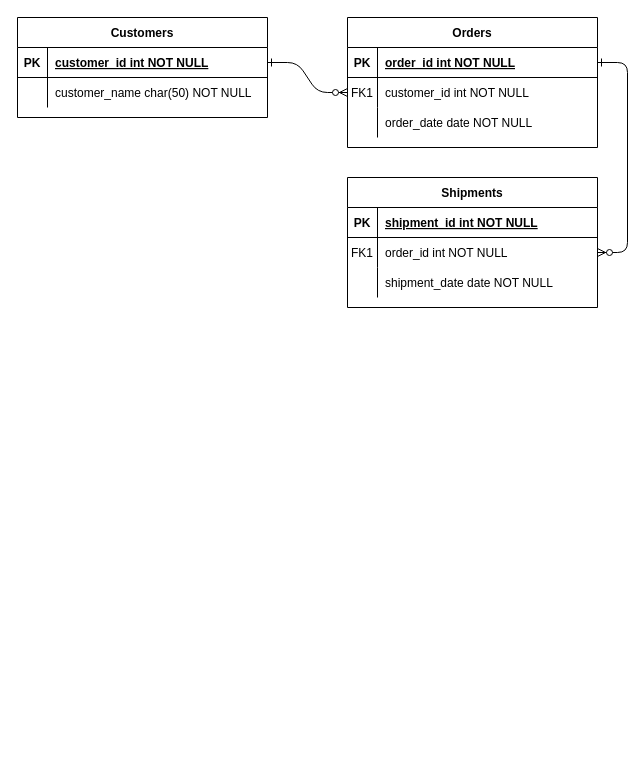
This is 제목 없는 다이어그램.drawio from eunbinoh/myReact, a draw.io file, before an edit. Source tidied: cells renumbered, new cells numbered last; positions are measured from the earlier drawing's top-left corner, leaving out a move shared by most shapes. Both pictures are drawn from the tidied source at 100%, with x=0, y=0 at pixel (17, 17).
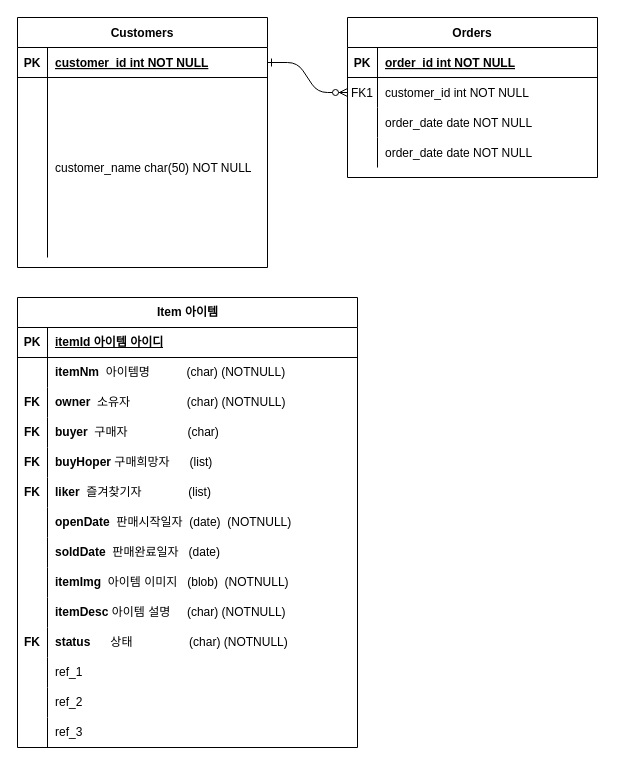
After the change.

The change refers to these unchanged cells:
```xml
<mxCell id="5" style="shape=partialRectangle;fillColor=none;points=[[0,0.5],[1,0.5]];portConstraint=eastwest;top=0;left=0;right=0;bottom=1;" parent="4" vertex="1">
  <mxGeometry y="30" width="250" height="30" as="geometry" />
</mxCell>
```

Change to the diagram source:
```diff
@@
-    <mxCell id="3" style="edgeStyle=entityRelationEdgeStyle;endArrow=ERzeroToMany;startArrow=ERone;endFill=1;startFill=0;" parent="1" edge="1" source="5" target="18">
-      <mxGeometry relative="1" as="geometry" />
-    </mxCell>
     <mxCell id="4" value="Orders" style="shape=table;startSize=30;childLayout=tableLayout;rowLines=0;fontStyle=1;align=center;" parent="1" vertex="1">
-      <mxGeometry x="330" width="250" height="130" as="geometry" />
+      <mxGeometry x="330" width="250" height="160" as="geometry" />
     </mxCell>
@@
-    <mxCell id="14" value="Shipments" style="shape=table;startSize=30;childLayout=tableLayout;rowLines=0;fontStyle=1;align=center;" parent="1" vertex="1">
-      <mxGeometry x="330" y="160" width="250" height="130" as="geometry" />
-    </mxCell>
-    <mxCell id="15" style="shape=partialRectangle;fillColor=none;top=0;left=0;right=0;bottom=1;" parent="14" vertex="1">
-      <mxGeometry y="30" width="250" height="30" as="geometry" />
-    </mxCell>
-    <mxCell id="16" value="PK" style="shape=partialRectangle;overflow=hidden;fillColor=none;top=0;left=0;bottom=0;right=0;fontStyle=1;" parent="15" vertex="1">
-      <mxGeometry width="30" height="30" as="geometry" />
-    </mxCell>
-    <mxCell id="17" value="shipment_id int NOT NULL " style="shape=partialRectangle;overflow=hidden;fillColor=none;top=0;left=0;bottom=0;right=0;align=left;spacingLeft=6;fontStyle=5;" parent="15" vertex="1">
-      <mxGeometry x="30" width="220" height="30" as="geometry" />
-    </mxCell>
-    <mxCell id="18" style="shape=partialRectangle;fillColor=none;points=[[0,0.5],[1,0.5]];portConstraint=eastwest;top=0;left=0;right=0;bottom=0;" parent="14" vertex="1">
-      <mxGeometry y="60" width="250" height="30" as="geometry" />
-    </mxCell>
-    <mxCell id="19" value="FK1" style="shape=partialRectangle;overflow=hidden;fillColor=none;top=0;left=0;bottom=0;right=0;" parent="18" vertex="1">
-      <mxGeometry width="30" height="30" as="geometry" />
-    </mxCell>
-    <mxCell id="20" value="order_id int NOT NULL" style="shape=partialRectangle;overflow=hidden;fillColor=none;top=0;left=0;bottom=0;right=0;align=left;spacingLeft=6;" parent="18" vertex="1">
-      <mxGeometry x="30" width="220" height="30" as="geometry" />
-    </mxCell>
-    <mxCell id="21" style="shape=partialRectangle;fillColor=none;top=0;left=0;right=0;bottom=0;" parent="14" vertex="1">
-      <mxGeometry y="90" width="250" height="30" as="geometry" />
-    </mxCell>
+    <mxCell id="31" style="shape=partialRectangle;fillColor=none;top=0;left=0;right=0;bottom=0;" parent="4" vertex="1">
+      <mxGeometry y="120" width="250" height="30" as="geometry" />
+    </mxCell>
-    <mxCell id="22" style="shape=partialRectangle;overflow=hidden;fillColor=none;top=0;left=0;bottom=0;right=0;" parent="21" vertex="1">
+    <mxCell id="22" style="shape=partialRectangle;overflow=hidden;fillColor=none;top=0;left=0;bottom=0;right=0;" parent="31" vertex="1">
       <mxGeometry width="30" height="30" as="geometry" />
     </mxCell>
-    <mxCell id="23" value="shipment_date date NOT NULL" style="shape=partialRectangle;overflow=hidden;fillColor=none;top=0;left=0;bottom=0;right=0;align=left;spacingLeft=6;" parent="21" vertex="1">
-      <mxGeometry x="30" width="220" height="30" as="geometry" />
-    </mxCell>
+    <mxCell id="32" value="order_date date NOT NULL" style="shape=partialRectangle;overflow=hidden;fillColor=none;top=0;left=0;bottom=0;right=0;align=left;spacingLeft=6;" parent="31" vertex="1">
+      <mxGeometry x="30" width="220" height="30" as="geometry" />
+    </mxCell>
     <mxCell id="24" value="Customers" style="shape=table;startSize=30;childLayout=tableLayout;rowLines=0;fontStyle=1;align=center;" parent="1" vertex="1">
-      <mxGeometry width="250" height="100" as="geometry" />
+      <mxGeometry width="250" height="250" as="geometry" />
     </mxCell>
@@
     <mxCell id="28" style="shape=partialRectangle;fillColor=none;top=0;left=0;right=0;bottom=0;" parent="24" vertex="1">
-      <mxGeometry y="60" width="250" height="30" as="geometry" />
+      <mxGeometry y="60" width="250" height="180" as="geometry" />
     </mxCell>
     <mxCell id="29" style="shape=partialRectangle;overflow=hidden;fillColor=none;top=0;left=0;bottom=0;right=0;" parent="28" vertex="1">
-      <mxGeometry width="30" height="30" as="geometry" />
+      <mxGeometry width="30" height="180" as="geometry" />
     </mxCell>
     <mxCell id="30" value="customer_name char(50) NOT NULL" style="shape=partialRectangle;overflow=hidden;fillColor=none;top=0;left=0;bottom=0;right=0;align=left;spacingLeft=6;" parent="28" vertex="1">
-      <mxGeometry x="30" width="220" height="30" as="geometry" />
+      <mxGeometry x="30" width="220" height="180" as="geometry" />
     </mxCell>
+    <mxCell id="33" style="shape=tableRow;horizontal=0;startSize=0;swimlaneHead=0;swimlaneBody=0;fillColor=none;top=0;left=0;right=0;bottom=0;" parent="1" vertex="1">
+      <mxGeometry x="320" y="420" width="180" height="30" as="geometry" />
+    </mxCell>
+    <mxCell id="34" style="shape=tableRow;horizontal=0;startSize=0;swimlaneHead=0;swimlaneBody=0;fillColor=none;top=0;left=0;right=0;bottom=0;" parent="1" vertex="1">
+      <mxGeometry x="320" y="460" width="180" height="30" as="geometry" />
+    </mxCell>
+    <mxCell id="35" style="shape=partialRectangle;fillColor=none;top=0;left=0;bottom=0;right=0;overflow=hidden;whiteSpace=wrap;html=1;" parent="34" vertex="1">
+      <mxGeometry width="30" height="30" as="geometry" />
+    </mxCell>
+    <mxCell id="36" style="shape=tableRow;horizontal=0;startSize=0;swimlaneHead=0;swimlaneBody=0;fillColor=none;top=0;left=0;right=0;bottom=0;" parent="1" vertex="1">
+      <mxGeometry x="319" y="520" width="180" height="30" as="geometry" />
+    </mxCell>
+    <mxCell id="37" style="shape=partialRectangle;fillColor=none;top=0;left=0;bottom=0;right=0;overflow=hidden;whiteSpace=wrap;html=1;" parent="36" vertex="1">
+      <mxGeometry width="30" height="30" as="geometry" />
+    </mxCell>
+    <mxCell id="38" value="Item 아이템" style="shape=table;startSize=30;childLayout=tableLayout;rowLines=0;fontStyle=1;align=center;html=1;" parent="1" vertex="1">
+      <mxGeometry y="280" width="340" height="450" as="geometry" />
+    </mxCell>
+    <mxCell id="39" style="shape=tableRow;horizontal=0;startSize=0;swimlaneHead=0;swimlaneBody=0;fillColor=none;top=0;left=0;right=0;bottom=1;" parent="38" vertex="1">
+      <mxGeometry y="30" width="340" height="30" as="geometry" />
+    </mxCell>
+    <mxCell id="16" value="PK" style="shape=partialRectangle;fillColor=none;top=0;left=0;bottom=0;right=0;fontStyle=1;overflow=hidden;whiteSpace=wrap;html=1;" parent="39" vertex="1">
+      <mxGeometry width="30" height="30" as="geometry" />
+    </mxCell>
+    <mxCell id="40" value="itemId 아이템 아이디" style="shape=partialRectangle;fillColor=none;top=0;left=0;bottom=0;right=0;align=left;spacingLeft=6;fontStyle=5;overflow=hidden;whiteSpace=wrap;html=1;" parent="39" vertex="1">
+      <mxGeometry x="30" width="310" height="30" as="geometry" />
+    </mxCell>
+    <mxCell id="41" style="shape=tableRow;horizontal=0;startSize=0;swimlaneHead=0;swimlaneBody=0;fillColor=none;top=0;left=0;right=0;bottom=0;" parent="38" vertex="1">
+      <mxGeometry y="60" width="340" height="30" as="geometry" />
+    </mxCell>
+    <mxCell id="42" style="shape=partialRectangle;fillColor=none;top=0;left=0;bottom=0;right=0;overflow=hidden;whiteSpace=wrap;html=1;" parent="41" vertex="1">
+      <mxGeometry width="30" height="30" as="geometry" />
+    </mxCell>
+    <mxCell id="43" value="&lt;b&gt;itemNm&lt;/b&gt;&amp;nbsp; 아이템명&amp;nbsp; &amp;nbsp; &amp;nbsp; &amp;nbsp; &amp;nbsp; &amp;nbsp;(char) (NOTNULL)" style="shape=partialRectangle;fillColor=none;top=0;left=0;bottom=0;right=0;align=left;spacingLeft=6;overflow=hidden;whiteSpace=wrap;html=1;" parent="41" vertex="1">
+      <mxGeometry x="30" width="310" height="30" as="geometry" />
+    </mxCell>
+    <mxCell id="44" style="shape=tableRow;horizontal=0;startSize=0;swimlaneHead=0;swimlaneBody=0;fillColor=none;top=0;left=0;right=0;bottom=0;" parent="38" vertex="1">
+      <mxGeometry y="90" width="340" height="30" as="geometry" />
+    </mxCell>
+    <mxCell id="45" value="&lt;b style=&quot;border-color: var(--border-color);&quot;&gt;FK&lt;/b&gt;" style="shape=partialRectangle;fillColor=none;top=0;left=0;bottom=0;right=0;overflow=hidden;whiteSpace=wrap;html=1;" parent="44" vertex="1">
+      <mxGeometry width="30" height="30" as="geometry" />
+    </mxCell>
+    <mxCell id="46" value="&lt;b&gt;owner&lt;/b&gt;&amp;nbsp; 소유자&amp;nbsp; &amp;nbsp; &amp;nbsp; &amp;nbsp; &amp;nbsp; &amp;nbsp; &amp;nbsp; &amp;nbsp; &amp;nbsp;(char) (NOTNULL)" style="shape=partialRectangle;fillColor=none;top=0;left=0;bottom=0;right=0;align=left;spacingLeft=6;overflow=hidden;whiteSpace=wrap;html=1;" parent="44" vertex="1">
+      <mxGeometry x="30" width="310" height="30" as="geometry" />
+    </mxCell>
+    <mxCell id="47" style="shape=tableRow;horizontal=0;startSize=0;swimlaneHead=0;swimlaneBody=0;fillColor=none;top=0;left=0;right=0;bottom=0;" parent="38" vertex="1">
+      <mxGeometry y="120" width="340" height="30" as="geometry" />
+    </mxCell>
+    <mxCell id="48" value="&lt;b&gt;FK&lt;/b&gt;" style="shape=partialRectangle;fillColor=none;top=0;left=0;bottom=0;right=0;overflow=hidden;whiteSpace=wrap;html=1;" parent="47" vertex="1">
+      <mxGeometry width="30" height="30" as="geometry" />
+    </mxCell>
+    <mxCell id="49" value="&lt;b&gt;buyer&lt;/b&gt;&amp;nbsp; 구매자&amp;nbsp; &amp;nbsp; &amp;nbsp; &amp;nbsp; &amp;nbsp; &amp;nbsp; &amp;nbsp; &amp;nbsp; &amp;nbsp; (char)" style="shape=partialRectangle;fillColor=none;top=0;left=0;bottom=0;right=0;align=left;spacingLeft=6;overflow=hidden;whiteSpace=wrap;html=1;" parent="47" vertex="1">
+      <mxGeometry x="30" width="310" height="30" as="geometry" />
+    </mxCell>
+    <mxCell id="50" style="shape=tableRow;horizontal=0;startSize=0;swimlaneHead=0;swimlaneBody=0;fillColor=none;top=0;left=0;right=0;bottom=0;" parent="38" vertex="1">
+      <mxGeometry y="150" width="340" height="30" as="geometry" />
+    </mxCell>
+    <mxCell id="51" value="&lt;b style=&quot;border-color: var(--border-color);&quot;&gt;FK&lt;/b&gt;" style="shape=partialRectangle;fillColor=none;top=0;left=0;bottom=0;right=0;overflow=hidden;whiteSpace=wrap;html=1;" parent="50" vertex="1">
+      <mxGeometry width="30" height="30" as="geometry" />
+    </mxCell>
+    <mxCell id="52" value="&lt;b&gt;buyHoper&lt;/b&gt; 구매희망자&amp;nbsp; &amp;nbsp; &amp;nbsp; (list)" style="shape=partialRectangle;fillColor=none;top=0;left=0;bottom=0;right=0;align=left;spacingLeft=6;overflow=hidden;whiteSpace=wrap;html=1;" parent="50" vertex="1">
+      <mxGeometry x="30" width="310" height="30" as="geometry" />
+    </mxCell>
+    <mxCell id="53" style="shape=tableRow;horizontal=0;startSize=0;swimlaneHead=0;swimlaneBody=0;fillColor=none;top=0;left=0;right=0;bottom=0;" parent="38" vertex="1">
+      <mxGeometry y="180" width="340" height="30" as="geometry" />
+    </mxCell>
+    <mxCell id="54" value="&lt;b style=&quot;border-color: var(--border-color);&quot;&gt;FK&lt;/b&gt;" style="shape=partialRectangle;fillColor=none;top=0;left=0;bottom=0;right=0;overflow=hidden;whiteSpace=wrap;html=1;" parent="53" vertex="1">
+      <mxGeometry width="30" height="30" as="geometry" />
+    </mxCell>
+    <mxCell id="55" value="&lt;b&gt;liker&lt;/b&gt;&amp;nbsp; 즐겨찾기자&amp;nbsp; &amp;nbsp; &amp;nbsp; &amp;nbsp; &amp;nbsp; &amp;nbsp; &amp;nbsp; (list)" style="shape=partialRectangle;fillColor=none;top=0;left=0;bottom=0;right=0;align=left;spacingLeft=6;overflow=hidden;whiteSpace=wrap;html=1;" parent="53" vertex="1">
+      <mxGeometry x="30" width="310" height="30" as="geometry" />
+    </mxCell>
+    <mxCell id="56" style="shape=tableRow;horizontal=0;startSize=0;swimlaneHead=0;swimlaneBody=0;fillColor=none;top=0;left=0;right=0;bottom=0;" parent="38" vertex="1">
+      <mxGeometry y="210" width="340" height="30" as="geometry" />
+    </mxCell>
+    <mxCell id="57" style="shape=partialRectangle;fillColor=none;top=0;left=0;bottom=0;right=0;overflow=hidden;whiteSpace=wrap;html=1;" parent="56" vertex="1">
+      <mxGeometry width="30" height="30" as="geometry" />
+    </mxCell>
+    <mxCell id="58" value="&lt;b&gt;openDate&lt;/b&gt;&amp;nbsp; 판매시작일자&amp;nbsp; (date)&amp;nbsp; (NOTNULL)" style="shape=partialRectangle;fillColor=none;top=0;left=0;bottom=0;right=0;align=left;spacingLeft=6;overflow=hidden;whiteSpace=wrap;html=1;" parent="56" vertex="1">
+      <mxGeometry x="30" width="310" height="30" as="geometry" />
+    </mxCell>
+    <mxCell id="59" style="shape=tableRow;horizontal=0;startSize=0;swimlaneHead=0;swimlaneBody=0;fillColor=none;top=0;left=0;right=0;bottom=0;" parent="38" vertex="1">
+      <mxGeometry y="240" width="340" height="30" as="geometry" />
+    </mxCell>
+    <mxCell id="60" style="shape=partialRectangle;fillColor=none;top=0;left=0;bottom=0;right=0;overflow=hidden;whiteSpace=wrap;html=1;" parent="59" vertex="1">
+      <mxGeometry width="30" height="30" as="geometry" />
+    </mxCell>
+    <mxCell id="61" value="&lt;b&gt;soldDate&lt;/b&gt;&amp;nbsp; 판매완료일자&amp;nbsp; &amp;nbsp;(date)" style="shape=partialRectangle;fillColor=none;top=0;left=0;bottom=0;right=0;align=left;spacingLeft=6;overflow=hidden;whiteSpace=wrap;html=1;" parent="59" vertex="1">
+      <mxGeometry x="30" width="310" height="30" as="geometry" />
+    </mxCell>
+    <mxCell id="62" style="shape=tableRow;horizontal=0;startSize=0;swimlaneHead=0;swimlaneBody=0;fillColor=none;top=0;left=0;right=0;bottom=0;" parent="38" vertex="1">
+      <mxGeometry y="270" width="340" height="30" as="geometry" />
+    </mxCell>
+    <mxCell id="63" style="shape=partialRectangle;fillColor=none;top=0;left=0;bottom=0;right=0;overflow=hidden;whiteSpace=wrap;html=1;" parent="62" vertex="1">
+      <mxGeometry width="30" height="30" as="geometry" />
+    </mxCell>
+    <mxCell id="64" value="&lt;b&gt;itemImg&lt;/b&gt;&amp;nbsp; 아이템 이미지&amp;nbsp; &amp;nbsp;(blob)&amp;nbsp; (NOTNULL)" style="shape=partialRectangle;fillColor=none;top=0;left=0;bottom=0;right=0;align=left;spacingLeft=6;overflow=hidden;whiteSpace=wrap;html=1;" parent="62" vertex="1">
+      <mxGeometry x="30" width="310" height="30" as="geometry" />
+    </mxCell>
+    <mxCell id="65" style="shape=tableRow;horizontal=0;startSize=0;swimlaneHead=0;swimlaneBody=0;fillColor=none;top=0;left=0;right=0;bottom=0;" parent="38" vertex="1">
+      <mxGeometry y="300" width="340" height="30" as="geometry" />
+    </mxCell>
+    <mxCell id="66" style="shape=partialRectangle;fillColor=none;top=0;left=0;bottom=0;right=0;overflow=hidden;whiteSpace=wrap;html=1;" parent="65" vertex="1">
+      <mxGeometry width="30" height="30" as="geometry" />
+    </mxCell>
+    <mxCell id="67" value="&lt;b&gt;itemDesc&lt;/b&gt; 아이템 설명&amp;nbsp; &amp;nbsp; &amp;nbsp;(char) (NOTNULL)" style="shape=partialRectangle;fillColor=none;top=0;left=0;bottom=0;right=0;align=left;spacingLeft=6;overflow=hidden;whiteSpace=wrap;html=1;" parent="65" vertex="1">
+      <mxGeometry x="30" width="310" height="30" as="geometry" />
+    </mxCell>
+    <mxCell id="68" style="shape=tableRow;horizontal=0;startSize=0;swimlaneHead=0;swimlaneBody=0;fillColor=none;top=0;left=0;right=0;bottom=0;" parent="38" vertex="1">
+      <mxGeometry y="330" width="340" height="30" as="geometry" />
+    </mxCell>
+    <mxCell id="69" value="&lt;b style=&quot;border-color: var(--border-color);&quot;&gt;FK&lt;/b&gt;" style="shape=partialRectangle;fillColor=none;top=0;left=0;bottom=0;right=0;overflow=hidden;whiteSpace=wrap;html=1;" parent="68" vertex="1">
+      <mxGeometry width="30" height="30" as="geometry" />
+    </mxCell>
+    <mxCell id="70" value="&lt;b&gt;status&lt;/b&gt;&amp;nbsp; &amp;nbsp; &amp;nbsp; 상태&amp;nbsp; &amp;nbsp; &amp;nbsp; &amp;nbsp; &amp;nbsp; &amp;nbsp; &amp;nbsp; &amp;nbsp; &amp;nbsp;(char) (NOTNULL)" style="shape=partialRectangle;fillColor=none;top=0;left=0;bottom=0;right=0;align=left;spacingLeft=6;overflow=hidden;whiteSpace=wrap;html=1;" parent="68" vertex="1">
+      <mxGeometry x="30" width="310" height="30" as="geometry" />
+    </mxCell>
+    <mxCell id="71" style="shape=tableRow;horizontal=0;startSize=0;swimlaneHead=0;swimlaneBody=0;fillColor=none;top=0;left=0;right=0;bottom=0;" parent="38" vertex="1">
+      <mxGeometry y="360" width="340" height="30" as="geometry" />
+    </mxCell>
+    <mxCell id="72" style="shape=partialRectangle;fillColor=none;top=0;left=0;bottom=0;right=0;overflow=hidden;whiteSpace=wrap;html=1;" parent="71" vertex="1">
+      <mxGeometry width="30" height="30" as="geometry" />
+    </mxCell>
+    <mxCell id="73" value="ref_1" style="shape=partialRectangle;fillColor=none;top=0;left=0;bottom=0;right=0;align=left;spacingLeft=6;overflow=hidden;whiteSpace=wrap;html=1;" parent="71" vertex="1">
+      <mxGeometry x="30" width="310" height="30" as="geometry" />
+    </mxCell>
+    <mxCell id="74" style="shape=tableRow;horizontal=0;startSize=0;swimlaneHead=0;swimlaneBody=0;fillColor=none;top=0;left=0;right=0;bottom=0;" parent="38" vertex="1">
+      <mxGeometry y="390" width="340" height="30" as="geometry" />
+    </mxCell>
+    <mxCell id="75" style="shape=partialRectangle;fillColor=none;top=0;left=0;bottom=0;right=0;overflow=hidden;whiteSpace=wrap;html=1;" parent="74" vertex="1">
+      <mxGeometry width="30" height="30" as="geometry" />
+    </mxCell>
+    <mxCell id="76" value="ref_2" style="shape=partialRectangle;fillColor=none;top=0;left=0;bottom=0;right=0;align=left;spacingLeft=6;overflow=hidden;whiteSpace=wrap;html=1;" parent="74" vertex="1">
+      <mxGeometry x="30" width="310" height="30" as="geometry" />
+    </mxCell>
+    <mxCell id="77" style="shape=tableRow;horizontal=0;startSize=0;swimlaneHead=0;swimlaneBody=0;fillColor=none;top=0;left=0;right=0;bottom=0;" parent="38" vertex="1">
+      <mxGeometry y="420" width="340" height="30" as="geometry" />
+    </mxCell>
+    <mxCell id="78" style="shape=partialRectangle;fillColor=none;top=0;left=0;bottom=0;right=0;overflow=hidden;whiteSpace=wrap;html=1;" parent="77" vertex="1">
+      <mxGeometry width="30" height="30" as="geometry" />
+    </mxCell>
+    <mxCell id="79" value="ref_3" style="shape=partialRectangle;fillColor=none;top=0;left=0;bottom=0;right=0;align=left;spacingLeft=6;overflow=hidden;whiteSpace=wrap;html=1;" parent="77" vertex="1">
+      <mxGeometry x="30" width="310" height="30" as="geometry" />
+    </mxCell>
```
